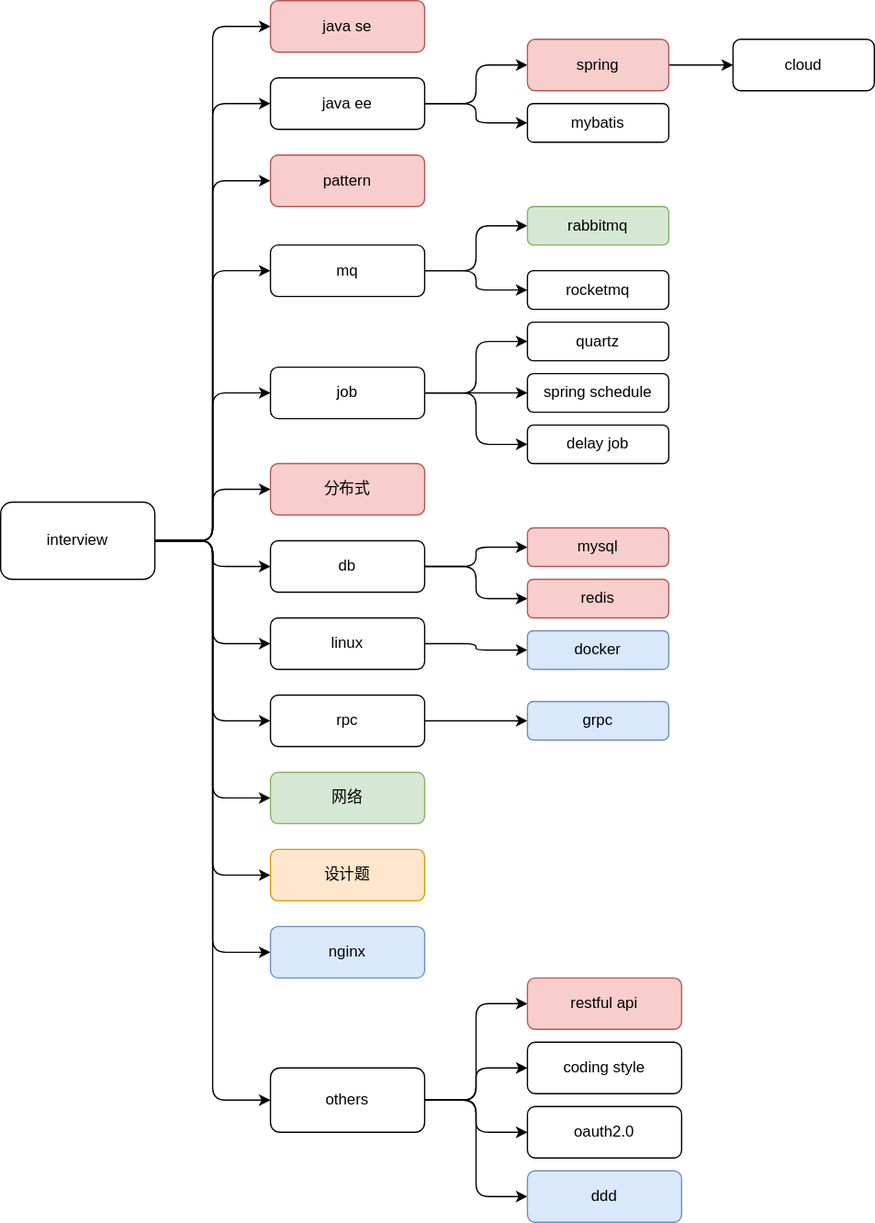
The draw.io diagram @overview/readme.svg in Alice52/diagrams, before a commit. Source tidied: cells renumbered, new cells last; positions are measured from the earlier drawing's top-left corner, leaving out a move shared by most shapes.
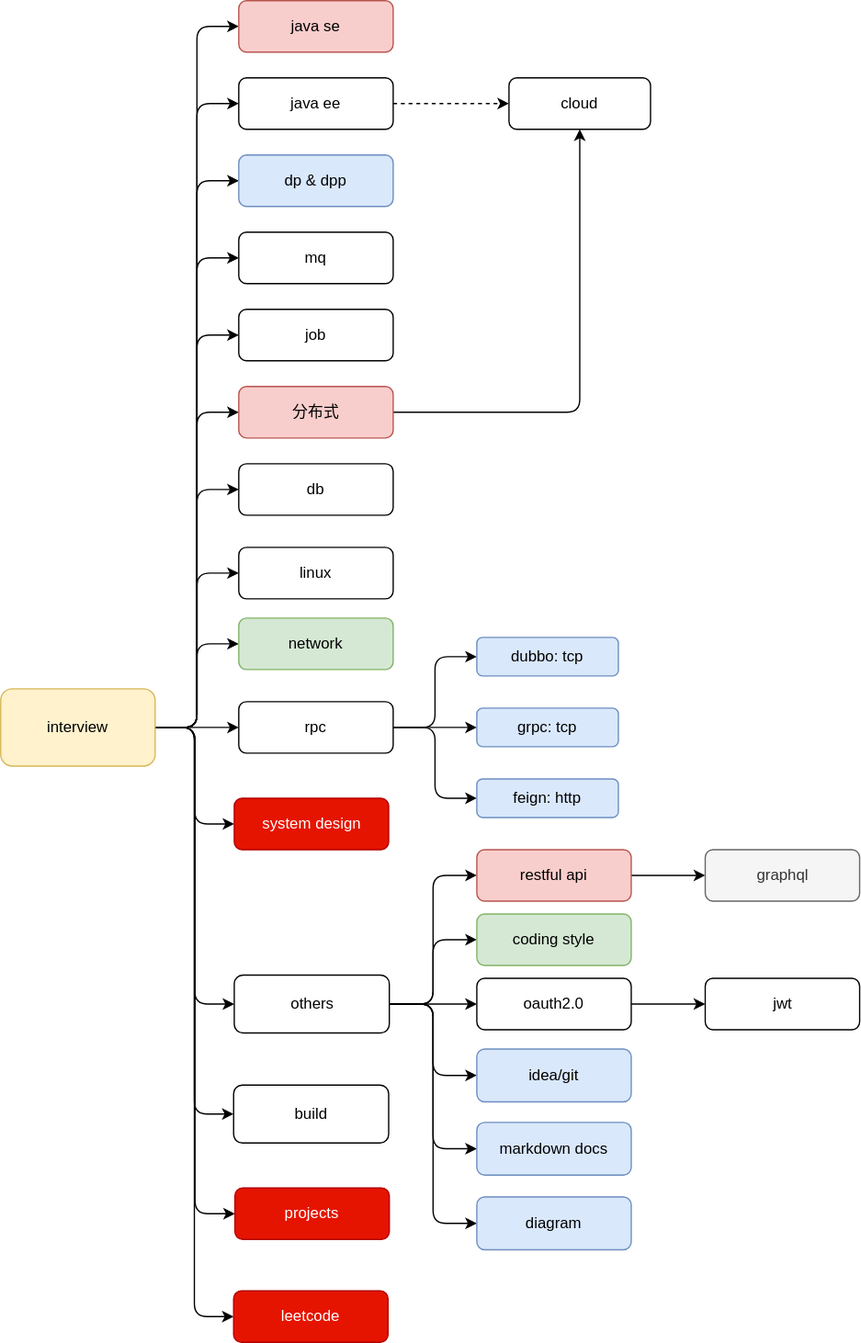
After the commit.

Diff of the diagram source:
```diff
@@ -38,77 +38,65 @@
     <mxCell id="13" style="edgeStyle=orthogonalEdgeStyle;rounded=1;jettySize=auto;html=1;entryX=0;entryY=0.5;entryDx=0;entryDy=0;" parent="1" edge="1" source="15" target="42">
       <mxGeometry relative="1" as="geometry" />
     </mxCell>
-    <mxCell id="14" style="edgeStyle=orthogonalEdgeStyle;rounded=1;jettySize=auto;html=1;entryX=0;entryY=0.5;entryDx=0;entryDy=0;" parent="1" edge="1" source="15" target="45">
-      <mxGeometry relative="1" as="geometry" />
-    </mxCell>
+    <mxCell id="61" style="edgeStyle=orthogonalEdgeStyle;html=1;exitX=1;exitY=0.5;exitDx=0;exitDy=0;entryX=0;entryY=0.5;entryDx=0;entryDy=0;" parent="1" edge="1" source="15" target="78">
+      <mxGeometry relative="1" as="geometry" />
+    </mxCell>
+    <mxCell id="62" style="edgeStyle=orthogonalEdgeStyle;html=1;exitX=1;exitY=0.5;exitDx=0;exitDy=0;entryX=0;entryY=0.5;entryDx=0;entryDy=0;" parent="1" edge="1" source="15" target="79">
+      <mxGeometry relative="1" as="geometry" />
+    </mxCell>
+    <mxCell id="63" style="edgeStyle=orthogonalEdgeStyle;html=1;exitX=1;exitY=0.5;exitDx=0;exitDy=0;entryX=0;entryY=0.5;entryDx=0;entryDy=0;" parent="1" edge="1" source="15" target="82">
+      <mxGeometry relative="1" as="geometry" />
+    </mxCell>
-    <mxCell id="15" value="interview" style="rounded=1;whiteSpace=wrap;html=1;" parent="1" vertex="1">
-      <mxGeometry y="390" width="120" height="60" as="geometry" />
+    <mxCell id="15" value="interview" style="rounded=1;whiteSpace=wrap;html=1;fillColor=#fff2cc;strokeColor=#d6b656;" parent="1" vertex="1">
+      <mxGeometry x="6" y="452" width="120" height="60" as="geometry" />
     </mxCell>
     <mxCell id="16" value="java se" style="rounded=1;whiteSpace=wrap;html=1;fillColor=#f8cecc;strokeColor=#b85450;" parent="1" vertex="1">
-      <mxGeometry x="210" width="120" height="40" as="geometry" />
+      <mxGeometry x="191" y="-83" width="120" height="40" as="geometry" />
     </mxCell>
-    <mxCell id="17" style="edgeStyle=orthogonalEdgeStyle;rounded=1;jettySize=auto;html=1;" parent="1" edge="1" source="19" target="49">
+    <mxCell id="17" style="edgeStyle=orthogonalEdgeStyle;rounded=1;jettySize=auto;html=1;entryX=0;entryY=0.5;entryDx=0;entryDy=0;dashed=1;" parent="1" edge="1" source="19" target="51">
       <mxGeometry relative="1" as="geometry" />
     </mxCell>
-    <mxCell id="18" style="edgeStyle=orthogonalEdgeStyle;rounded=1;jettySize=auto;html=1;entryX=0;entryY=0.5;entryDx=0;entryDy=0;" parent="1" edge="1" source="19" target="50">
-      <mxGeometry relative="1" as="geometry" />
-    </mxCell>
     <mxCell id="19" value="java ee" style="rounded=1;whiteSpace=wrap;html=1;" parent="1" vertex="1">
-      <mxGeometry x="210" y="60" width="120" height="40" as="geometry" />
+      <mxGeometry x="191" y="-23" width="120" height="40" as="geometry" />
     </mxCell>
-    <mxCell id="20" value="pattern" style="rounded=1;whiteSpace=wrap;html=1;fillColor=#f8cecc;strokeColor=#b85450;" parent="1" vertex="1">
-      <mxGeometry x="210" y="120" width="120" height="40" as="geometry" />
+    <mxCell id="20" value="dp &amp;amp; dpp" style="rounded=1;whiteSpace=wrap;html=1;fillColor=#dae8fc;strokeColor=#6c8ebf;" parent="1" vertex="1">
+      <mxGeometry x="191" y="37" width="120" height="40" as="geometry" />
     </mxCell>
-    <mxCell id="21" style="edgeStyle=orthogonalEdgeStyle;rounded=1;jettySize=auto;html=1;" parent="1" edge="1" source="23" target="52">
-      <mxGeometry relative="1" as="geometry" />
-    </mxCell>
-    <mxCell id="22" style="edgeStyle=orthogonalEdgeStyle;rounded=1;jettySize=auto;html=1;" parent="1" edge="1" source="23" target="53">
-      <mxGeometry relative="1" as="geometry" />
-    </mxCell>
     <mxCell id="23" value="mq" style="rounded=1;whiteSpace=wrap;html=1;" parent="1" vertex="1">
-      <mxGeometry x="210" y="190" width="120" height="40" as="geometry" />
+      <mxGeometry x="191" y="97" width="120" height="40" as="geometry" />
     </mxCell>
-    <mxCell id="24" style="edgeStyle=orthogonalEdgeStyle;rounded=1;jettySize=auto;html=1;entryX=0;entryY=0.5;entryDx=0;entryDy=0;" parent="1" edge="1" source="27" target="54">
-      <mxGeometry relative="1" as="geometry" />
-    </mxCell>
-    <mxCell id="25" style="edgeStyle=orthogonalEdgeStyle;rounded=1;jettySize=auto;html=1;entryX=0;entryY=0.5;entryDx=0;entryDy=0;" parent="1" edge="1" source="27" target="55">
-      <mxGeometry relative="1" as="geometry" />
-    </mxCell>
-    <mxCell id="26" style="edgeStyle=orthogonalEdgeStyle;rounded=1;jettySize=auto;html=1;entryX=0;entryY=0.5;entryDx=0;entryDy=0;" parent="1" edge="1" source="27" target="56">
-      <mxGeometry relative="1" as="geometry" />
-    </mxCell>
     <mxCell id="27" value="job" style="rounded=1;whiteSpace=wrap;html=1;" parent="1" vertex="1">
-      <mxGeometry x="210" y="285" width="120" height="40" as="geometry" />
+      <mxGeometry x="191" y="157" width="120" height="40" as="geometry" />
     </mxCell>
+    <mxCell id="64" style="edgeStyle=orthogonalEdgeStyle;html=1;exitX=1;exitY=0.5;exitDx=0;exitDy=0;entryX=0.5;entryY=1;entryDx=0;entryDy=0;" parent="1" edge="1" source="28" target="51">
+      <mxGeometry relative="1" as="geometry" />
+    </mxCell>
     <mxCell id="28" value="分布式" style="rounded=1;whiteSpace=wrap;html=1;fillColor=#f8cecc;strokeColor=#b85450;" parent="1" vertex="1">
-      <mxGeometry x="210" y="360" width="120" height="40" as="geometry" />
+      <mxGeometry x="191" y="217" width="120" height="40" as="geometry" />
     </mxCell>
-    <mxCell id="29" style="edgeStyle=orthogonalEdgeStyle;rounded=1;jettySize=auto;html=1;entryX=0;entryY=0.5;entryDx=0;entryDy=0;" parent="1" edge="1" source="31" target="57">
-      <mxGeometry relative="1" as="geometry" />
-    </mxCell>
-    <mxCell id="30" style="edgeStyle=orthogonalEdgeStyle;rounded=1;jettySize=auto;html=1;entryX=0;entryY=0.5;entryDx=0;entryDy=0;" parent="1" edge="1" source="31" target="58">
-      <mxGeometry relative="1" as="geometry" />
-    </mxCell>
     <mxCell id="31" value="db" style="rounded=1;whiteSpace=wrap;html=1;" parent="1" vertex="1">
-      <mxGeometry x="210" y="420" width="120" height="40" as="geometry" />
+      <mxGeometry x="191" y="277" width="120" height="40" as="geometry" />
     </mxCell>
-    <mxCell id="32" style="edgeStyle=orthogonalEdgeStyle;rounded=1;jettySize=auto;html=1;entryX=0;entryY=0.5;entryDx=0;entryDy=0;" parent="1" edge="1" source="33" target="59">
-      <mxGeometry relative="1" as="geometry" />
-    </mxCell>
     <mxCell id="33" value="linux" style="rounded=1;whiteSpace=wrap;html=1;" parent="1" vertex="1">
-      <mxGeometry x="210" y="480" width="120" height="40" as="geometry" />
+      <mxGeometry x="191" y="342" width="120" height="40" as="geometry" />
     </mxCell>
     <mxCell id="34" style="edgeStyle=orthogonalEdgeStyle;rounded=1;jettySize=auto;html=1;entryX=0;entryY=0.5;entryDx=0;entryDy=0;" parent="1" edge="1" source="35" target="60">
       <mxGeometry relative="1" as="geometry" />
     </mxCell>
+    <mxCell id="65" style="edgeStyle=orthogonalEdgeStyle;html=1;exitX=1;exitY=0.5;exitDx=0;exitDy=0;entryX=0;entryY=0.5;entryDx=0;entryDy=0;" parent="1" edge="1" source="35" target="76">
+      <mxGeometry relative="1" as="geometry" />
+    </mxCell>
+    <mxCell id="66" style="edgeStyle=orthogonalEdgeStyle;html=1;exitX=1;exitY=0.5;exitDx=0;exitDy=0;entryX=0;entryY=0.5;entryDx=0;entryDy=0;" parent="1" edge="1" source="35" target="75">
+      <mxGeometry relative="1" as="geometry" />
+    </mxCell>
     <mxCell id="35" value="rpc" style="rounded=1;whiteSpace=wrap;html=1;" parent="1" vertex="1">
-      <mxGeometry x="210" y="540" width="120" height="40" as="geometry" />
+      <mxGeometry x="191" y="462" width="120" height="40" as="geometry" />
     </mxCell>
-    <mxCell id="36" value="网络" style="rounded=1;whiteSpace=wrap;html=1;fillColor=#d5e8d4;strokeColor=#82b366;" parent="1" vertex="1">
-      <mxGeometry x="210" y="600" width="120" height="40" as="geometry" />
+    <mxCell id="36" value="network" style="rounded=1;whiteSpace=wrap;html=1;fillColor=#d5e8d4;strokeColor=#82b366;" parent="1" vertex="1">
+      <mxGeometry x="191" y="397" width="120" height="40" as="geometry" />
     </mxCell>
-    <mxCell id="37" value="设计题" style="rounded=1;whiteSpace=wrap;html=1;fillColor=#ffe6cc;strokeColor=#d79b00;" parent="1" vertex="1">
-      <mxGeometry x="210" y="660" width="120" height="40" as="geometry" />
+    <mxCell id="37" value="system design" style="rounded=1;whiteSpace=wrap;html=1;fillColor=#e51400;strokeColor=#B20000;fontColor=#ffffff;" parent="1" vertex="1">
+      <mxGeometry x="187.5" y="537" width="120" height="40" as="geometry" />
     </mxCell>
     <mxCell id="38" style="edgeStyle=orthogonalEdgeStyle;rounded=1;jettySize=auto;html=1;entryX=0;entryY=0.5;entryDx=0;entryDy=0;" parent="1" edge="1" source="42" target="44">
       <mxGeometry relative="1" as="geometry" />
@@ -116,68 +104,76 @@
     <mxCell id="39" style="edgeStyle=orthogonalEdgeStyle;rounded=1;jettySize=auto;html=1;entryX=0;entryY=0.5;entryDx=0;entryDy=0;" parent="1" edge="1" source="42" target="46">
       <mxGeometry relative="1" as="geometry" />
     </mxCell>
-    <mxCell id="40" style="edgeStyle=orthogonalEdgeStyle;rounded=1;jettySize=auto;html=1;entryX=0;entryY=0.5;entryDx=0;entryDy=0;" parent="1" edge="1" source="42" target="47">
-      <mxGeometry relative="1" as="geometry" />
-    </mxCell>
     <mxCell id="41" style="edgeStyle=orthogonalEdgeStyle;rounded=1;jettySize=auto;html=1;entryX=0;entryY=0.5;entryDx=0;entryDy=0;" parent="1" edge="1" source="42" target="43">
       <mxGeometry relative="1" as="geometry" />
     </mxCell>
+    <mxCell id="67" style="edgeStyle=orthogonalEdgeStyle;html=1;exitX=1;exitY=0.5;exitDx=0;exitDy=0;entryX=0;entryY=0.5;entryDx=0;entryDy=0;" parent="1" edge="1" source="42" target="74">
+      <mxGeometry relative="1" as="geometry" />
+    </mxCell>
+    <mxCell id="68" style="edgeStyle=orthogonalEdgeStyle;html=1;exitX=1;exitY=0.5;exitDx=0;exitDy=0;entryX=0;entryY=0.5;entryDx=0;entryDy=0;" parent="1" edge="1" source="42" target="80">
+      <mxGeometry relative="1" as="geometry" />
+    </mxCell>
+    <mxCell id="69" style="edgeStyle=orthogonalEdgeStyle;html=1;exitX=1;exitY=0.5;exitDx=0;exitDy=0;entryX=0;entryY=0.5;entryDx=0;entryDy=0;" parent="1" edge="1" source="42" target="81">
+      <mxGeometry relative="1" as="geometry" />
+    </mxCell>
     <mxCell id="42" value="others" style="rounded=1;whiteSpace=wrap;html=1;" parent="1" vertex="1">
-      <mxGeometry x="210" y="830" width="120" height="50" as="geometry" />
+      <mxGeometry x="187.5" y="674.5" width="120.5" height="45" as="geometry" />
     </mxCell>
+    <mxCell id="70" style="edgeStyle=orthogonalEdgeStyle;html=1;" parent="1" edge="1" source="43" target="73">
+      <mxGeometry relative="1" as="geometry" />
+    </mxCell>
     <mxCell id="43" value="restful api" style="rounded=1;whiteSpace=wrap;html=1;fillColor=#f8cecc;strokeColor=#b85450;" parent="1" vertex="1">
-      <mxGeometry x="410" y="760" width="120" height="40" as="geometry" />
+      <mxGeometry x="376" y="577" width="120" height="40" as="geometry" />
     </mxCell>
-    <mxCell id="44" value="coding style" style="rounded=1;whiteSpace=wrap;html=1;" parent="1" vertex="1">
-      <mxGeometry x="410" y="810" width="120" height="40" as="geometry" />
+    <mxCell id="44" value="coding style" style="rounded=1;whiteSpace=wrap;html=1;fillColor=#d5e8d4;strokeColor=#82b366;" parent="1" vertex="1">
+      <mxGeometry x="376" y="627" width="120" height="40" as="geometry" />
     </mxCell>
-    <mxCell id="45" value="nginx" style="rounded=1;whiteSpace=wrap;html=1;fillColor=#dae8fc;strokeColor=#6c8ebf;" parent="1" vertex="1">
-      <mxGeometry x="210" y="720" width="120" height="40" as="geometry" />
-    </mxCell>
+    <mxCell id="71" style="edgeStyle=orthogonalEdgeStyle;html=1;" parent="1" edge="1" source="46" target="77">
+      <mxGeometry relative="1" as="geometry" />
+    </mxCell>
     <mxCell id="46" value="oauth2.0" style="rounded=1;whiteSpace=wrap;html=1;" parent="1" vertex="1">
-      <mxGeometry x="410" y="860" width="120" height="40" as="geometry" />
+      <mxGeometry x="376" y="677" width="120" height="40" as="geometry" />
     </mxCell>
-    <mxCell id="47" value="ddd" style="rounded=1;whiteSpace=wrap;html=1;fillColor=#dae8fc;strokeColor=#6c8ebf;" parent="1" vertex="1">
-      <mxGeometry x="410" y="910" width="120" height="40" as="geometry" />
-    </mxCell>
-    <mxCell id="48" style="edgeStyle=orthogonalEdgeStyle;rounded=1;jettySize=auto;html=1;" parent="1" edge="1" source="49" target="51">
-      <mxGeometry relative="1" as="geometry" />
-    </mxCell>
-    <mxCell id="49" value="spring" style="rounded=1;whiteSpace=wrap;html=1;fillColor=#f8cecc;strokeColor=#b85450;" parent="1" vertex="1">
-      <mxGeometry x="410" y="30" width="110" height="40" as="geometry" />
-    </mxCell>
-    <mxCell id="50" value="mybatis" style="rounded=1;whiteSpace=wrap;html=1;" parent="1" vertex="1">
-      <mxGeometry x="410" y="80" width="110" height="30" as="geometry" />
-    </mxCell>
+    <mxCell id="72" style="edgeStyle=orthogonalEdgeStyle;html=1;" parent="1" edge="1">
+      <mxGeometry relative="1" as="geometry">
+        <mxPoint x="440" y="40" as="sourcePoint" />
+      </mxGeometry>
+    </mxCell>
     <mxCell id="51" value="cloud" style="rounded=1;whiteSpace=wrap;html=1;" parent="1" vertex="1">
-      <mxGeometry x="570" y="30" width="110" height="40" as="geometry" />
+      <mxGeometry x="401" y="-23" width="110" height="40" as="geometry" />
     </mxCell>
-    <mxCell id="52" value="rabbitmq" style="rounded=1;whiteSpace=wrap;html=1;fillColor=#d5e8d4;strokeColor=#82b366;" parent="1" vertex="1">
-      <mxGeometry x="410" y="160" width="110" height="30" as="geometry" />
-    </mxCell>
-    <mxCell id="53" value="rocketmq" style="rounded=1;whiteSpace=wrap;html=1;" parent="1" vertex="1">
-      <mxGeometry x="410" y="210" width="110" height="30" as="geometry" />
-    </mxCell>
-    <mxCell id="54" value="quartz" style="rounded=1;whiteSpace=wrap;html=1;" parent="1" vertex="1">
-      <mxGeometry x="410" y="250" width="110" height="30" as="geometry" />
-    </mxCell>
-    <mxCell id="55" value="spring schedule" style="rounded=1;whiteSpace=wrap;html=1;" parent="1" vertex="1">
-      <mxGeometry x="410" y="290" width="110" height="30" as="geometry" />
-    </mxCell>
-    <mxCell id="56" value="delay job" style="rounded=1;whiteSpace=wrap;html=1;" parent="1" vertex="1">
-      <mxGeometry x="410" y="330" width="110" height="30" as="geometry" />
-    </mxCell>
-    <mxCell id="57" value="mysql" style="rounded=1;whiteSpace=wrap;html=1;fillColor=#f8cecc;strokeColor=#b85450;" parent="1" vertex="1">
-      <mxGeometry x="410" y="410" width="110" height="30" as="geometry" />
-    </mxCell>
-    <mxCell id="58" value="redis" style="rounded=1;whiteSpace=wrap;html=1;fillColor=#f8cecc;strokeColor=#b85450;" parent="1" vertex="1">
-      <mxGeometry x="410" y="450" width="110" height="30" as="geometry" />
-    </mxCell>
-    <mxCell id="59" value="docker" style="rounded=1;whiteSpace=wrap;html=1;fillColor=#dae8fc;strokeColor=#6c8ebf;" parent="1" vertex="1">
-      <mxGeometry x="410" y="490" width="110" height="30" as="geometry" />
-    </mxCell>
-    <mxCell id="60" value="grpc" style="rounded=1;whiteSpace=wrap;html=1;fillColor=#dae8fc;strokeColor=#6c8ebf;" parent="1" vertex="1">
-      <mxGeometry x="410" y="545" width="110" height="30" as="geometry" />
+    <mxCell id="60" value="grpc: tcp" style="rounded=1;whiteSpace=wrap;html=1;fillColor=#dae8fc;strokeColor=#6c8ebf;" parent="1" vertex="1">
+      <mxGeometry x="376" y="467" width="110" height="30" as="geometry" />
     </mxCell>
+    <mxCell id="73" value="graphql" style="rounded=1;whiteSpace=wrap;html=1;fillColor=#f5f5f5;strokeColor=#666666;fontColor=#333333;" parent="1" vertex="1">
+      <mxGeometry x="553.5" y="577" width="120" height="40" as="geometry" />
+    </mxCell>
+    <mxCell id="74" value="idea/git" style="rounded=1;whiteSpace=wrap;html=1;fillColor=#dae8fc;strokeColor=#6c8ebf;" parent="1" vertex="1">
+      <mxGeometry x="376" y="732" width="120" height="41" as="geometry" />
+    </mxCell>
+    <mxCell id="75" value="feign: http" style="rounded=1;whiteSpace=wrap;html=1;fillColor=#dae8fc;strokeColor=#6c8ebf;" parent="1" vertex="1">
+      <mxGeometry x="376" y="522" width="110" height="30" as="geometry" />
+    </mxCell>
+    <mxCell id="76" value="dubbo: tcp" style="rounded=1;whiteSpace=wrap;html=1;fillColor=#dae8fc;strokeColor=#6c8ebf;" parent="1" vertex="1">
+      <mxGeometry x="376" y="412" width="110" height="30" as="geometry" />
+    </mxCell>
+    <mxCell id="77" value="jwt" style="rounded=1;whiteSpace=wrap;html=1;" parent="1" vertex="1">
+      <mxGeometry x="553.5" y="677" width="120" height="40" as="geometry" />
+    </mxCell>
+    <mxCell id="78" value="projects" style="rounded=1;whiteSpace=wrap;html=1;fillColor=#e51400;fontColor=#ffffff;strokeColor=#B20000;" parent="1" vertex="1">
+      <mxGeometry x="188" y="840" width="120" height="40" as="geometry" />
+    </mxCell>
+    <mxCell id="79" value="build" style="rounded=1;whiteSpace=wrap;html=1;" parent="1" vertex="1">
+      <mxGeometry x="187" y="760" width="120.5" height="45" as="geometry" />
+    </mxCell>
+    <mxCell id="80" value="markdown docs" style="rounded=1;whiteSpace=wrap;html=1;fillColor=#dae8fc;strokeColor=#6c8ebf;" parent="1" vertex="1">
+      <mxGeometry x="376" y="789" width="120" height="41" as="geometry" />
+    </mxCell>
+    <mxCell id="81" value="diagram" style="rounded=1;whiteSpace=wrap;html=1;fillColor=#dae8fc;strokeColor=#6c8ebf;" parent="1" vertex="1">
+      <mxGeometry x="376" y="847" width="120" height="41" as="geometry" />
+    </mxCell>
+    <mxCell id="82" value="leetcode" style="rounded=1;whiteSpace=wrap;html=1;fillColor=#e51400;fontColor=#ffffff;strokeColor=#B20000;" parent="1" vertex="1">
+      <mxGeometry x="187" y="920" width="120" height="40" as="geometry" />
+    </mxCell>
   </root>
 </mxGraphModel>
```
